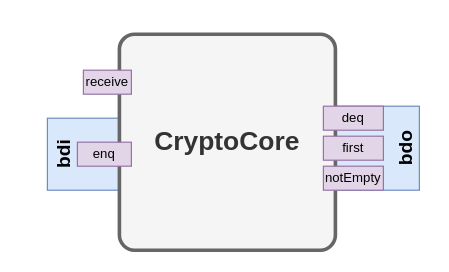
Before: docs/BlueLight_CryptoCoreIfc.drawio in kammoh/bluelight, a draw.io diagram. Source tidied: cells renumbered, new cells numbered last; positions are measured from the earlier drawing's top-left corner, leaving out a move shared by most shapes. Both pictures are drawn from the tidied source at 120%, with x=0, y=0 at pixel (47, 34).
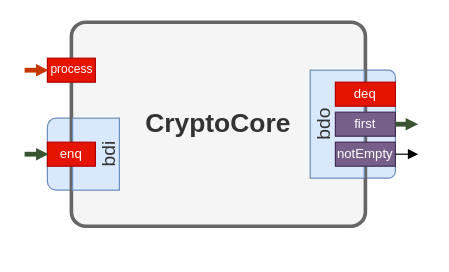
The same page after the edit.

Change to the diagram source:
```diff
@@
 <mxGraphModel>
   <root>
     <mxCell id="0" />
     <mxCell id="1" parent="0" />
+    <mxCell id="10" style="rounded=1;whiteSpace=wrap;html=1;strokeWidth=1;fillColor=#dae8fc;strokeColor=#6c8ebf;" parent="1" vertex="1">
+      <mxGeometry y="70" width="49" height="60" as="geometry" />
+    </mxCell>
+    <mxCell id="11" style="rounded=1;whiteSpace=wrap;html=1;fillColor=#dae8fc;strokeColor=#6c8ebf;strokeWidth=1;" parent="1" vertex="1">
+      <mxGeometry x="251" y="30" width="39" height="90" as="geometry" />
+    </mxCell>
+    <mxCell id="4" value="&lt;font style=&quot;font-size: 22px&quot;&gt;&lt;b&gt;CryptoCore&lt;/b&gt;&lt;/font&gt;" style="whiteSpace=wrap;html=1;rounded=1;arcSize=7;strokeWidth=3;fillColor=#f5f5f5;strokeColor=#666666;fontColor=#333333;" parent="1" vertex="1">
+      <mxGeometry x="20" y="-10" width="245" height="170" as="geometry" />
+    </mxCell>
+    <mxCell id="6" value="process" style="text;html=1;align=center;verticalAlign=middle;whiteSpace=wrap;rounded=0;fontSize=10;spacingLeft=1;strokeColor=#B20000;fillColor=#e51400;fontColor=#ffffff;spacingBottom=3;" parent="1" vertex="1">
+      <mxGeometry y="20" width="40" height="20" as="geometry" />
+    </mxCell>
-    <mxCell id="2" value="&lt;font style=&quot;font-size: 16px;&quot;&gt;&lt;b style=&quot;font-size: 16px;&quot;&gt;bdi&lt;/b&gt;&lt;br style=&quot;font-size: 16px;&quot;&gt;&lt;/font&gt;" style="rounded=0;whiteSpace=wrap;html=1;fillColor=#dae8fc;strokeColor=#6c8ebf;align=center;fontSize=16;horizontal=0;verticalAlign=top;spacing=-1;" parent="1" vertex="1">
-      <mxGeometry y="70" width="60" height="60" as="geometry" />
+    <mxCell id="2" value="&lt;font style=&quot;font-size: 16px;&quot;&gt;&lt;span style=&quot;font-size: 16px;&quot;&gt;bdi&lt;/span&gt;&lt;br style=&quot;font-size: 16px;&quot;&gt;&lt;/font&gt;" style="rounded=0;whiteSpace=wrap;html=1;align=center;fontSize=16;horizontal=0;verticalAlign=bottom;spacing=-1;spacingTop=3;strokeWidth=1;fillColor=#dae8fc;strokeColor=#6c8ebf;fontColor=#333333;fontStyle=0;" parent="1" vertex="1">
+      <mxGeometry x="21" y="70" width="39" height="60" as="geometry" />
     </mxCell>
-    <mxCell id="3" value="&lt;span style=&quot;font-size: 16px;&quot;&gt;&lt;b style=&quot;font-size: 16px;&quot;&gt;bdo&lt;/b&gt;&lt;/span&gt;" style="rounded=0;whiteSpace=wrap;html=1;fillColor=#dae8fc;strokeColor=#6c8ebf;align=center;fontSize=16;horizontal=0;verticalAlign=bottom;" parent="1" vertex="1">
-      <mxGeometry x="240" y="60" width="70" height="70" as="geometry" />
+    <mxCell id="3" value="&lt;span style=&quot;font-size: 16px;&quot;&gt;&lt;span style=&quot;font-size: 16px;&quot;&gt;bdo&lt;/span&gt;&lt;/span&gt;" style="rounded=0;whiteSpace=wrap;html=1;fillColor=#dae8fc;strokeColor=#6c8ebf;align=center;fontSize=16;horizontal=0;verticalAlign=top;spacing=0;strokeWidth=1;spacingBottom=7;spacingTop=-3;fontColor=#333333;fontStyle=0;" parent="1" vertex="1">
+      <mxGeometry x="219" y="30" width="45" height="90" as="geometry" />
     </mxCell>
-    <mxCell id="4" value="&lt;font style=&quot;font-size: 22px&quot;&gt;&lt;b&gt;CryptoCore&lt;/b&gt;&lt;/font&gt;" style="whiteSpace=wrap;html=1;rounded=1;arcSize=7;strokeWidth=3;fillColor=#f5f5f5;strokeColor=#666666;fontColor=#333333;" parent="1" vertex="1">
-      <mxGeometry x="60" width="180" height="180" as="geometry" />
-    </mxCell>
+    <mxCell id="12" style="endArrow=block;html=1;strokeWidth=4;endFill=1;endSize=0;startSize=0;fillColor=#fa6800;shadow=0;sketch=0;strokeColor=#C73500;" parent="1" edge="1">
+      <mxGeometry relative="1" as="geometry">
+        <mxPoint x="-19" y="30" as="sourcePoint" />
+        <mxPoint x="1" y="30" as="targetPoint" />
+      </mxGeometry>
+    </mxCell>
-    <mxCell id="5" value="enq" style="text;html=1;strokeColor=#9673a6;fillColor=#e1d5e7;align=center;verticalAlign=middle;whiteSpace=wrap;rounded=0;fontSize=11;" parent="1" vertex="1">
-      <mxGeometry x="25" y="90" width="45" height="20" as="geometry" />
+    <mxCell id="5" value="enq" style="text;html=1;align=center;verticalAlign=middle;whiteSpace=wrap;rounded=0;fontSize=11;strokeColor=#B20000;fillColor=#e51400;fontColor=#ffffff;" parent="1" vertex="1">
+      <mxGeometry y="90" width="40" height="20" as="geometry" />
     </mxCell>
-    <mxCell id="6" value="receive" style="text;html=1;strokeColor=#9673a6;fillColor=#e1d5e7;align=center;verticalAlign=middle;whiteSpace=wrap;rounded=0;fontSize=11;" parent="1" vertex="1">
-      <mxGeometry x="30" y="30" width="40" height="20" as="geometry" />
-    </mxCell>
+    <mxCell id="13" style="endArrow=block;html=1;strokeWidth=4;endFill=1;endSize=0;startSize=0;fillColor=#6d8764;strokeColor=#3A5431;" parent="1" edge="1">
+      <mxGeometry relative="1" as="geometry">
+        <mxPoint x="-19" y="100" as="sourcePoint" />
+        <mxPoint x="1" y="100" as="targetPoint" />
+      </mxGeometry>
+    </mxCell>
-    <mxCell id="7" value="deq" style="text;html=1;strokeColor=#9673a6;fillColor=#e1d5e7;align=center;verticalAlign=middle;whiteSpace=wrap;rounded=0;fontSize=11;" parent="1" vertex="1">
-      <mxGeometry x="230" y="60" width="50" height="20" as="geometry" />
+    <mxCell id="7" value="deq" style="text;html=1;align=center;verticalAlign=middle;whiteSpace=wrap;rounded=0;fontSize=11;strokeColor=#B20000;fillColor=#e51400;fontColor=#ffffff;" parent="1" vertex="1">
+      <mxGeometry x="240" y="40" width="50" height="20" as="geometry" />
     </mxCell>
-    <mxCell id="8" value="first" style="text;html=1;strokeColor=#9673a6;fillColor=#e1d5e7;align=center;verticalAlign=middle;whiteSpace=wrap;rounded=0;fontSize=11;" parent="1" vertex="1">
-      <mxGeometry x="230" y="85" width="50" height="20" as="geometry" />
+    <mxCell id="8" value="first" style="text;html=1;strokeColor=#432D57;fillColor=#76608a;align=center;verticalAlign=middle;whiteSpace=wrap;rounded=0;fontSize=11;fontColor=#ffffff;" parent="1" vertex="1">
+      <mxGeometry x="240" y="65" width="50" height="20" as="geometry" />
     </mxCell>
-    <mxCell id="9" value="notEmpty" style="text;html=1;strokeColor=#9673a6;fillColor=#e1d5e7;align=center;verticalAlign=middle;whiteSpace=wrap;rounded=0;fontSize=11;" parent="1" vertex="1">
-      <mxGeometry x="230" y="110" width="50" height="20" as="geometry" />
+    <mxCell id="9" value="notEmpty" style="text;html=1;strokeColor=#432D57;fillColor=#76608a;align=center;verticalAlign=middle;whiteSpace=wrap;rounded=0;fontSize=11;spacing=3;fontColor=#ffffff;" parent="1" vertex="1">
+      <mxGeometry x="240" y="90" width="50" height="20" as="geometry" />
     </mxCell>
+    <mxCell id="14" style="endArrow=block;html=1;strokeWidth=4;endFill=1;endSize=0;startSize=0;fillColor=#6d8764;strokeColor=#3A5431;" parent="1" edge="1">
+      <mxGeometry relative="1" as="geometry">
+        <mxPoint x="290" y="75" as="sourcePoint" />
+        <mxPoint x="309" y="75" as="targetPoint" />
+      </mxGeometry>
+    </mxCell>
+    <mxCell id="15" style="endArrow=block;html=1;strokeWidth=1;endFill=1;endSize=6;startSize=6;fillColor=#eeeeee;strokeColor=#000000;" parent="1" edge="1">
+      <mxGeometry relative="1" as="geometry">
+        <mxPoint x="290" y="100" as="sourcePoint" />
+        <mxPoint x="309" y="100" as="targetPoint" />
+      </mxGeometry>
+    </mxCell>
   </root>
 </mxGraphModel>
```
